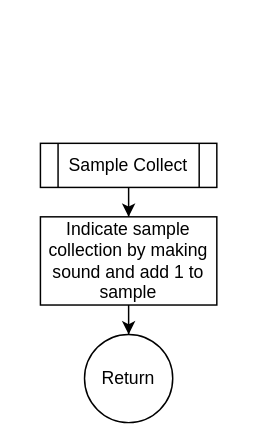
Earlier version of the draw.io diagram Draw/sampleCollect.drawio (jens1906/P1-project-1.-semester). Source tidied: cells renumbered, new cells numbered last; positions are measured from the earlier drawing's top-left corner, leaving out a move shared by most shapes. Both pictures are drawn from the tidied source at 147%, with x=0, y=0 at pixel (40, 143).
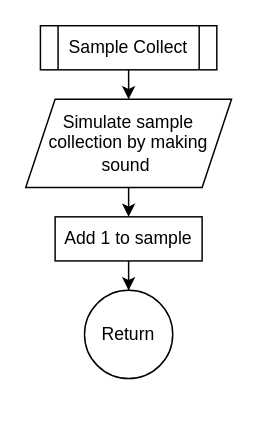
Above is the later version.

The edit, as a diff of the source:
```diff
@@
 <mxGraphModel>
   <root>
     <mxCell id="0" />
     <mxCell id="1" parent="0" />
-    <mxCell id="2" style="edgeStyle=orthogonalEdgeStyle;rounded=0;jettySize=auto;html=1;" parent="1" edge="1" source="3" target="5">
-      <mxGeometry relative="1" as="geometry" />
-    </mxCell>
+    <mxCell id="7" style="edgeStyle=orthogonalEdgeStyle;rounded=0;jettySize=auto;html=1;exitX=0.5;exitY=1;exitDx=0;exitDy=0;entryX=0.5;entryY=0;entryDx=0;entryDy=0;" parent="1" edge="1" source="3" target="9">
+      <mxGeometry relative="1" as="geometry" />
+    </mxCell>
     <mxCell id="3" value="Sample Collect" style="shape=process;whiteSpace=wrap;html=1;backgroundOutline=1;" parent="1" vertex="1">
-      <mxGeometry width="120" height="30" as="geometry" />
+      <mxGeometry y="-80" width="120" height="30" as="geometry" />
     </mxCell>
     <mxCell id="4" style="edgeStyle=orthogonalEdgeStyle;rounded=0;jettySize=auto;html=1;" parent="1" edge="1" source="5" target="6">
       <mxGeometry relative="1" as="geometry" />
     </mxCell>
-    <mxCell id="5" value="Indicate sample collection by making sound and add 1 to sample" style="whiteSpace=wrap;html=1;" parent="1" vertex="1">
-      <mxGeometry y="50" width="120" height="60" as="geometry" />
+    <mxCell id="5" value="Add 1 to sample" style="whiteSpace=wrap;html=1;" parent="1" vertex="1">
+      <mxGeometry x="10" y="50" width="100" height="30" as="geometry" />
     </mxCell>
     <mxCell id="6" value="Return" style="ellipse;whiteSpace=wrap;html=1;" parent="1" vertex="1">
-      <mxGeometry x="30" y="130" width="60" height="60" as="geometry" />
+      <mxGeometry x="30" y="100" width="60" height="60" as="geometry" />
     </mxCell>
+    <mxCell id="8" style="edgeStyle=orthogonalEdgeStyle;rounded=0;jettySize=auto;html=1;exitX=0.5;exitY=1;exitDx=0;exitDy=0;entryX=0.5;entryY=0;entryDx=0;entryDy=0;" parent="1" edge="1" source="9" target="5">
+      <mxGeometry relative="1" as="geometry" />
+    </mxCell>
+    <mxCell id="9" value="Simulate sample collection by making sound&amp;nbsp;" style="shape=parallelogram;perimeter=parallelogramPerimeter;whiteSpace=wrap;html=1;fixedSize=1;" parent="1" vertex="1">
+      <mxGeometry x="-10" y="-30" width="140" height="60" as="geometry" />
+    </mxCell>
   </root>
 </mxGraphModel>
```
